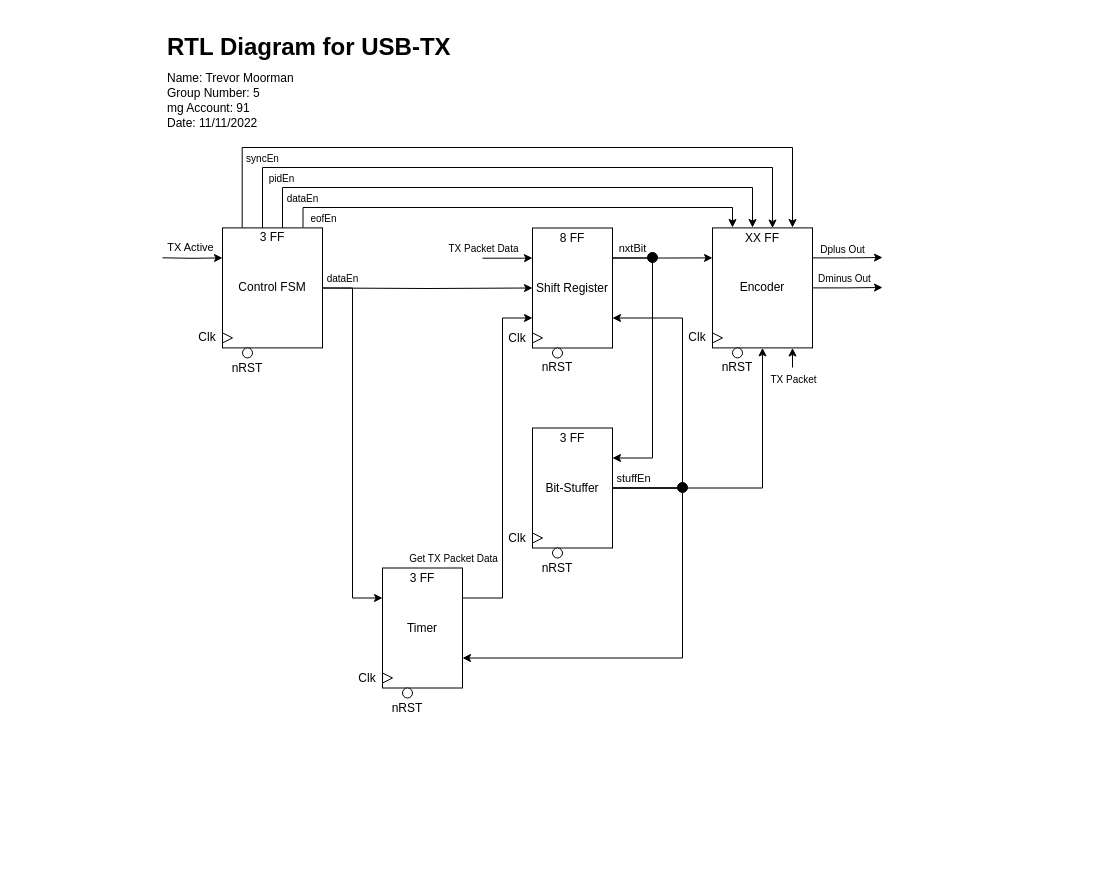
Before: page "Top Level RTL Diagram" (1 of 2) of diagrams/usb-tx.drawio in bryceberger/337-project, a draw.io diagram. Source tidied: cells renumbered, new cells numbered last; positions are measured from the earlier drawing's top-left corner, leaving out a move shared by most shapes. Both pictures are drawn from the tidied source at 100%, with x=0, y=0 at pixel (162, 27).
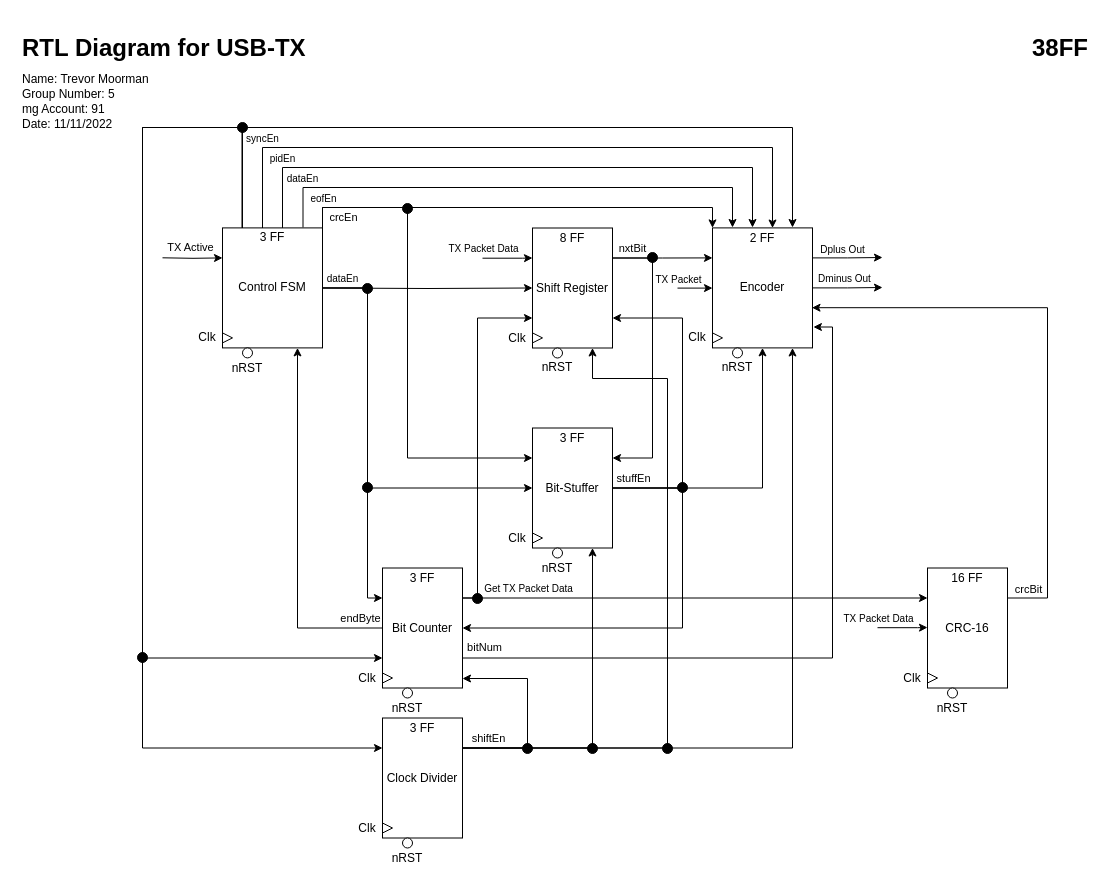
Above is the later version.

Commit message (it also covers changes not shown here):
Updated usb-tx to include an error state, clock divider, and CRC-16

Unchanged cells that the change refers to:
```xml
<mxCell id="6" value="Encoder" style="rounded=0;whiteSpace=wrap;html=1;" parent="1" vertex="1">
  <mxGeometry x="550" y="200.4" width="100" height="120" as="geometry" />
</mxCell>
<mxCell id="12" value="Control FSM" style="rounded=0;whiteSpace=wrap;html=1;" parent="1" vertex="1">
  <mxGeometry x="60" y="200.4" width="100" height="120" as="geometry" />
</mxCell>
<mxCell id="15" value="3 FF" style="text;html=1;strokeColor=none;fillColor=none;align=center;verticalAlign=middle;whiteSpace=wrap;rounded=0;" parent="1" vertex="1">
  <mxGeometry x="90" y="200.4" width="40" height="20" as="geometry" />
</mxCell>
<mxCell id="21" value="Shift Register" style="rounded=0;whiteSpace=wrap;html=1;" parent="1" vertex="1">
  <mxGeometry x="370" y="200.5" width="80" height="120" as="geometry" />
</mxCell>
<mxCell id="44" value="Bit-Stuffer" style="rounded=0;whiteSpace=wrap;html=1;" parent="1" vertex="1">
  <mxGeometry x="370" y="400.5" width="80" height="120" as="geometry" />
</mxCell>
```

What changed in the source:
```diff
@@
+    <mxCell id="65" style="edgeStyle=orthogonalEdgeStyle;rounded=0;jettySize=auto;html=1;exitX=0;exitY=0.5;exitDx=0;exitDy=0;entryX=0;entryY=0.5;entryDx=0;entryDy=0;" parent="1" edge="1" target="6">
+      <mxGeometry relative="1" as="geometry">
+        <mxPoint x="515" y="260.6" as="sourcePoint" />
+      </mxGeometry>
+    </mxCell>
@@
     <mxCell id="11" style="edgeStyle=orthogonalEdgeStyle;rounded=0;jettySize=auto;html=1;exitX=1;exitY=0.5;exitDx=0;exitDy=0;entryX=0;entryY=0.25;entryDx=0;entryDy=0;fontSize=10;" parent="1" edge="1" target="29">
       <mxGeometry relative="1" as="geometry">
         <mxPoint x="160" y="260.5" as="sourcePoint" />
         <Array as="points">
-          <mxPoint x="190" y="260.5" />
-          <mxPoint x="190" y="570.5" />
+          <mxPoint x="205" y="261" />
+          <mxPoint x="205" y="571" />
         </Array>
       </mxGeometry>
     </mxCell>
+    <mxCell id="66" style="edgeStyle=orthogonalEdgeStyle;rounded=0;jettySize=auto;html=1;exitX=1;exitY=0;exitDx=0;exitDy=0;entryX=0;entryY=0;entryDx=0;entryDy=0;" parent="1" edge="1" source="12" target="6">
+      <mxGeometry relative="1" as="geometry">
+        <Array as="points">
+          <mxPoint x="160" y="180" />
+          <mxPoint x="550" y="180" />
+        </Array>
+      </mxGeometry>
+    </mxCell>
+    <mxCell id="67" value="crcEn" style="edgeLabel;html=1;align=center;verticalAlign=middle;" parent="66" vertex="1">
+      <mxGeometry x="-0.81" y="1" relative="1" as="geometry">
+        <mxPoint y="10" as="offset" />
+      </mxGeometry>
+    </mxCell>
+    <mxCell id="68" style="edgeStyle=orthogonalEdgeStyle;rounded=0;jettySize=auto;html=1;exitX=1;exitY=0.5;exitDx=0;exitDy=0;entryX=0;entryY=0.5;entryDx=0;entryDy=0;" parent="1" edge="1" source="12" target="44">
+      <mxGeometry relative="1" as="geometry">
+        <Array as="points">
+          <mxPoint x="205" y="260" />
+          <mxPoint x="205" y="461" />
+          <mxPoint x="370" y="461" />
+        </Array>
+      </mxGeometry>
+    </mxCell>
+    <mxCell id="69" style="edgeStyle=orthogonalEdgeStyle;rounded=0;jettySize=auto;html=1;exitX=1;exitY=0;exitDx=0;exitDy=0;entryX=0;entryY=0.25;entryDx=0;entryDy=0;" parent="1" edge="1" source="12" target="44">
+      <mxGeometry relative="1" as="geometry">
+        <Array as="points">
+          <mxPoint x="160" y="180" />
+          <mxPoint x="245" y="180" />
+          <mxPoint x="245" y="430" />
+        </Array>
+      </mxGeometry>
+    </mxCell>
@@
     <mxCell id="27" style="edgeStyle=orthogonalEdgeStyle;rounded=0;jettySize=auto;html=1;exitX=1;exitY=0.25;exitDx=0;exitDy=0;fontSize=10;entryX=0;entryY=0.75;entryDx=0;entryDy=0;" parent="1" edge="1" source="29" target="21">
       <mxGeometry relative="1" as="geometry">
         <Array as="points">
-          <mxPoint x="340" y="570.5" />
-          <mxPoint x="340" y="290.5" />
+          <mxPoint x="315" y="570" />
+          <mxPoint x="315" y="290" />
         </Array>
       </mxGeometry>
     </mxCell>
     <mxCell id="28" value="Get TX Packet Data" style="edgeLabel;html=1;align=center;verticalAlign=middle;fontSize=10;" parent="27" vertex="1">
       <mxGeometry x="-0.92" y="2" relative="1" as="geometry">
-        <mxPoint x="-24" y="-38" as="offset" />
+        <mxPoint x="51" y="-8" as="offset" />
       </mxGeometry>
     </mxCell>
+    <mxCell id="70" style="edgeStyle=orthogonalEdgeStyle;rounded=0;jettySize=auto;html=1;exitX=1;exitY=0.75;exitDx=0;exitDy=0;entryX=1.009;entryY=0.826;entryDx=0;entryDy=0;entryPerimeter=0;" parent="1" edge="1" source="29" target="6">
+      <mxGeometry relative="1" as="geometry" />
+    </mxCell>
+    <mxCell id="71" value="bitNum" style="edgeLabel;html=1;align=center;verticalAlign=middle;" parent="70" vertex="1">
+      <mxGeometry x="-0.77" y="-2" relative="1" as="geometry">
+        <mxPoint x="-62" y="-13" as="offset" />
+      </mxGeometry>
+    </mxCell>
+    <mxCell id="72" style="edgeStyle=orthogonalEdgeStyle;rounded=0;jettySize=auto;html=1;exitX=1;exitY=0.25;exitDx=0;exitDy=0;entryX=0;entryY=0.25;entryDx=0;entryDy=0;" parent="1" edge="1" source="29" target="98">
+      <mxGeometry relative="1" as="geometry" />
+    </mxCell>
-    <mxCell id="29" value="Timer" style="rounded=0;whiteSpace=wrap;html=1;" parent="1" vertex="1">
+    <mxCell id="29" value="Bit Counter" style="rounded=0;whiteSpace=wrap;html=1;" parent="1" vertex="1">
       <mxGeometry x="220" y="540.5" width="80" height="120" as="geometry" />
     </mxCell>
@@
-    <mxCell id="37" value="XX FF" style="text;html=1;strokeColor=none;fillColor=none;align=center;verticalAlign=middle;whiteSpace=wrap;rounded=0;" parent="1" vertex="1">
+    <mxCell id="37" value="2 FF" style="text;html=1;strokeColor=none;fillColor=none;align=center;verticalAlign=middle;whiteSpace=wrap;rounded=0;" parent="1" vertex="1">
       <mxGeometry x="580" y="200.5" width="40" height="20" as="geometry" />
     </mxCell>
@@
-    <mxCell id="43" style="edgeStyle=orthogonalEdgeStyle;rounded=0;jettySize=auto;html=1;exitX=1;exitY=0.5;exitDx=0;exitDy=0;entryX=1;entryY=0.75;entryDx=0;entryDy=0;fontSize=10;" parent="1" edge="1" source="44" target="29">
+    <mxCell id="43" style="edgeStyle=orthogonalEdgeStyle;rounded=0;jettySize=auto;html=1;exitX=1;exitY=0.5;exitDx=0;exitDy=0;entryX=1;entryY=0.5;entryDx=0;entryDy=0;fontSize=10;" parent="1" edge="1" source="44" target="29">
       <mxGeometry relative="1" as="geometry">
         <Array as="points">
-          <mxPoint x="520" y="460.5" />
-          <mxPoint x="520" y="630.5" />
+          <mxPoint x="520" y="461" />
+          <mxPoint x="520" y="600" />
+          <mxPoint x="300" y="600" />
         </Array>
       </mxGeometry>
     </mxCell>
@@
     <mxCell id="50" value="&lt;p style=&quot;line-height: 0.8;&quot;&gt;&lt;/p&gt;&lt;h1&gt;RTL Diagram for USB-TX&lt;br&gt;&lt;/h1&gt;&lt;p style=&quot;line-height: 0;&quot;&gt;Name: Trevor Moorman&lt;/p&gt;&lt;p style=&quot;line-height: 0.5;&quot;&gt;Group Number: 5&lt;/p&gt;&lt;p style=&quot;line-height: 0;&quot;&gt;mg Account: 91&lt;/p&gt;&lt;p style=&quot;line-height: 0.5;&quot;&gt;Date: 11/11/2022&lt;br&gt;&lt;/p&gt;&lt;p&gt;&lt;/p&gt;" style="text;html=1;strokeColor=none;fillColor=none;spacing=5;spacingTop=-20;whiteSpace=wrap;overflow=hidden;rounded=0;" parent="1" vertex="1">
-      <mxGeometry width="300" height="100" as="geometry" />
+      <mxGeometry x="-145" y="1" width="300" height="100" as="geometry" />
     </mxCell>
@@
     <mxCell id="53" style="edgeStyle=orthogonalEdgeStyle;rounded=0;jettySize=auto;html=1;fontSize=10;exitX=0.197;exitY=-0.002;exitDx=0;exitDy=0;exitPerimeter=0;" parent="1" edge="1" source="12">
       <mxGeometry relative="1" as="geometry">
         <mxPoint x="630" y="200" as="targetPoint" />
         <Array as="points">
-          <mxPoint x="80" y="120" />
-          <mxPoint x="630" y="120" />
+          <mxPoint x="80" y="100" />
+          <mxPoint x="630" y="100" />
         </Array>
       </mxGeometry>
     </mxCell>
@@
     <mxCell id="55" style="edgeStyle=orthogonalEdgeStyle;rounded=0;jettySize=auto;html=1;fontSize=10;exitX=0.805;exitY=-0.004;exitDx=0;exitDy=0;exitPerimeter=0;" parent="1" edge="1" source="12">
       <mxGeometry relative="1" as="geometry">
         <mxPoint x="570" y="200" as="targetPoint" />
         <Array as="points">
-          <mxPoint x="141" y="180" />
-          <mxPoint x="570" y="180" />
+          <mxPoint x="141" y="160" />
+          <mxPoint x="570" y="160" />
         </Array>
       </mxGeometry>
     </mxCell>
@@
     <mxCell id="57" style="edgeStyle=orthogonalEdgeStyle;rounded=0;jettySize=auto;html=1;fontSize=10;exitX=0.75;exitY=0;exitDx=0;exitDy=0;" parent="1" edge="1" source="15">
       <mxGeometry relative="1" as="geometry">
         <mxPoint x="590" y="200" as="targetPoint" />
         <Array as="points">
-          <mxPoint x="120" y="160" />
-          <mxPoint x="590" y="160" />
+          <mxPoint x="120" y="140" />
+          <mxPoint x="590" y="140" />
         </Array>
       </mxGeometry>
     </mxCell>
@@
     <mxCell id="59" style="edgeStyle=orthogonalEdgeStyle;rounded=0;jettySize=auto;html=1;fontSize=10;exitX=0.25;exitY=0;exitDx=0;exitDy=0;entryX=0.75;entryY=0;entryDx=0;entryDy=0;" parent="1" edge="1" target="37">
       <mxGeometry relative="1" as="geometry">
         <mxPoint x="100" y="200.5" as="sourcePoint" />
         <Array as="points">
-          <mxPoint x="100" y="140" />
-          <mxPoint x="610" y="140" />
+          <mxPoint x="100" y="120" />
+          <mxPoint x="610" y="120" />
         </Array>
       </mxGeometry>
     </mxCell>
     <mxCell id="60" value="pidEn" style="edgeLabel;html=1;align=center;verticalAlign=middle;fontSize=10;" parent="59" vertex="1">
       <mxGeometry x="-0.42" y="-1" relative="1" as="geometry">
-        <mxPoint x="-104" y="9" as="offset" />
+        <mxPoint x="-95" y="9" as="offset" />
       </mxGeometry>
     </mxCell>
-    <mxCell id="61" style="edgeStyle=orthogonalEdgeStyle;rounded=0;orthogonalLoop=1;jettySize=auto;html=1;entryX=0.5;entryY=1;entryDx=0;entryDy=0;" parent="1" edge="1">
+    <mxCell id="61" style="edgeStyle=orthogonalEdgeStyle;rounded=0;jettySize=auto;html=1;entryX=0.5;entryY=1;entryDx=0;entryDy=0;exitX=1;exitY=0.25;exitDx=0;exitDy=0;" parent="1" edge="1" source="81">
       <mxGeometry relative="1" as="geometry">
-        <mxPoint x="630" y="340" as="sourcePoint" />
         <mxPoint x="630" y="320.5" as="targetPoint" />
         <Array as="points">
-          <mxPoint x="630" y="340" />
+          <mxPoint x="630" y="721" />
         </Array>
       </mxGeometry>
     </mxCell>
-    <mxCell id="62" value="TX Packet" style="edgeLabel;html=1;align=center;verticalAlign=middle;fontSize=10;" parent="61" vertex="1">
-      <mxGeometry x="-0.77" relative="1" as="geometry">
-        <mxPoint y="13" as="offset" />
-      </mxGeometry>
-    </mxCell>
@@
+    <mxCell id="73" style="edgeStyle=orthogonalEdgeStyle;rounded=0;jettySize=auto;html=1;exitX=0;exitY=0.5;exitDx=0;exitDy=0;entryX=0.75;entryY=1;entryDx=0;entryDy=0;" parent="1" edge="1" source="29" target="12">
+      <mxGeometry relative="1" as="geometry" />
+    </mxCell>
+    <mxCell id="74" value="endByte" style="edgeLabel;html=1;align=center;verticalAlign=middle;" parent="73" vertex="1">
+      <mxGeometry x="-0.87" y="-2" relative="1" as="geometry">
+        <mxPoint x="1" y="-8" as="offset" />
+      </mxGeometry>
+    </mxCell>
+    <mxCell id="75" style="edgeStyle=orthogonalEdgeStyle;rounded=0;jettySize=auto;html=1;fontSize=10;exitX=0.197;exitY=-0.002;exitDx=0;exitDy=0;exitPerimeter=0;entryX=0;entryY=0.75;entryDx=0;entryDy=0;" parent="1" edge="1" target="29">
+      <mxGeometry relative="1" as="geometry">
+        <mxPoint x="79.9" y="200.5" as="sourcePoint" />
+        <Array as="points">
+          <mxPoint x="80" y="100" />
+          <mxPoint x="-20" y="100" />
+          <mxPoint x="-20" y="631" />
+          <mxPoint x="220" y="631" />
+        </Array>
+      </mxGeometry>
+    </mxCell>
+    <mxCell id="76" style="ellipse;whiteSpace=wrap;html=1;fontSize=10;fillColor=#000000;" parent="1" vertex="1">
+      <mxGeometry x="75" y="95" width="10" height="10" as="geometry" />
+    </mxCell>
+    <mxCell id="77" value="&lt;p style=&quot;line-height: 0.8;&quot;&gt;&lt;/p&gt;&lt;h1&gt;38FF&lt;br&gt;&lt;/h1&gt;&lt;p&gt;&lt;/p&gt;" style="text;html=1;strokeColor=none;fillColor=none;spacing=5;spacingTop=-20;whiteSpace=wrap;overflow=hidden;rounded=0;" parent="1" vertex="1">
+      <mxGeometry x="865" y="1" width="70" height="30" as="geometry" />
+    </mxCell>
+    <mxCell id="78" style="edgeStyle=orthogonalEdgeStyle;rounded=0;jettySize=auto;html=1;exitX=1;exitY=0.25;exitDx=0;exitDy=0;" parent="1" edge="1" source="81">
+      <mxGeometry relative="1" as="geometry">
+        <mxPoint x="300" y="651" as="targetPoint" />
+        <Array as="points">
+          <mxPoint x="365" y="721" />
+          <mxPoint x="365" y="651" />
+        </Array>
+      </mxGeometry>
+    </mxCell>
+    <mxCell id="79" style="edgeStyle=orthogonalEdgeStyle;rounded=0;jettySize=auto;html=1;exitX=1;exitY=0.25;exitDx=0;exitDy=0;entryX=0.75;entryY=1;entryDx=0;entryDy=0;" parent="1" edge="1" source="81" target="44">
+      <mxGeometry relative="1" as="geometry" />
+    </mxCell>
+    <mxCell id="80" style="edgeStyle=orthogonalEdgeStyle;rounded=0;jettySize=auto;html=1;exitX=1;exitY=0.25;exitDx=0;exitDy=0;entryX=0.75;entryY=1;entryDx=0;entryDy=0;" parent="1" edge="1" source="81" target="21">
+      <mxGeometry relative="1" as="geometry">
+        <Array as="points">
+          <mxPoint x="505" y="721" />
+          <mxPoint x="505" y="351" />
+          <mxPoint x="430" y="351" />
+        </Array>
+      </mxGeometry>
+    </mxCell>
+    <mxCell id="81" value="Clock Divider" style="rounded=0;whiteSpace=wrap;html=1;" parent="1" vertex="1">
+      <mxGeometry x="220" y="690.5" width="80" height="120" as="geometry" />
+    </mxCell>
+    <mxCell id="82" style="triangle;whiteSpace=wrap;html=1;" parent="1" vertex="1">
+      <mxGeometry x="220" y="795.5" width="10" height="10" as="geometry" />
+    </mxCell>
+    <mxCell id="83" style="ellipse;whiteSpace=wrap;html=1;" parent="1" vertex="1">
+      <mxGeometry x="240" y="810.5" width="10" height="10" as="geometry" />
+    </mxCell>
+    <mxCell id="84" value="3 FF" style="text;html=1;strokeColor=none;fillColor=none;align=center;verticalAlign=middle;whiteSpace=wrap;rounded=0;" parent="1" vertex="1">
+      <mxGeometry x="240" y="690.5" width="40" height="20" as="geometry" />
+    </mxCell>
+    <mxCell id="85" value="Clk" style="text;html=1;strokeColor=none;fillColor=none;align=center;verticalAlign=middle;whiteSpace=wrap;rounded=0;" parent="1" vertex="1">
+      <mxGeometry x="190" y="790.5" width="30" height="20" as="geometry" />
+    </mxCell>
+    <mxCell id="86" value="nRST" style="text;html=1;strokeColor=none;fillColor=none;align=center;verticalAlign=middle;whiteSpace=wrap;rounded=0;" parent="1" vertex="1">
+      <mxGeometry x="225" y="820.5" width="40" height="20" as="geometry" />
+    </mxCell>
+    <mxCell id="87" style="edgeStyle=orthogonalEdgeStyle;rounded=0;jettySize=auto;html=1;fontSize=10;exitX=0.197;exitY=-0.002;exitDx=0;exitDy=0;exitPerimeter=0;entryX=0;entryY=0.25;entryDx=0;entryDy=0;" parent="1" edge="1" target="81">
+      <mxGeometry relative="1" as="geometry">
+        <mxPoint x="79.8" y="200.5" as="sourcePoint" />
+        <Array as="points">
+          <mxPoint x="80" y="100" />
+          <mxPoint x="-20" y="100" />
+          <mxPoint x="-20" y="721" />
+        </Array>
+      </mxGeometry>
+    </mxCell>
+    <mxCell id="88" style="ellipse;whiteSpace=wrap;html=1;fontSize=10;fillColor=#000000;" parent="1" vertex="1">
+      <mxGeometry x="-25" y="625" width="10" height="10" as="geometry" />
+    </mxCell>
+    <mxCell id="89" value="shiftEn" style="edgeLabel;html=1;align=center;verticalAlign=middle;" parent="1" vertex="1">
+      <mxGeometry x="325" y="710.5" as="geometry" />
+    </mxCell>
+    <mxCell id="90" style="ellipse;whiteSpace=wrap;html=1;fontSize=10;fillColor=#000000;" parent="1" vertex="1">
+      <mxGeometry x="425" y="716" width="10" height="10" as="geometry" />
+    </mxCell>
+    <mxCell id="91" style="ellipse;whiteSpace=wrap;html=1;fontSize=10;fillColor=#000000;" parent="1" vertex="1">
+      <mxGeometry x="360" y="716" width="10" height="10" as="geometry" />
+    </mxCell>
+    <mxCell id="62" value="TX Packet" style="edgeLabel;html=1;align=center;verticalAlign=middle;fontSize=10;" parent="1" vertex="1">
+      <mxGeometry x="515" y="251" as="geometry" />
+    </mxCell>
+    <mxCell id="92" style="ellipse;whiteSpace=wrap;html=1;fontSize=10;fillColor=#000000;" parent="1" vertex="1">
+      <mxGeometry x="500" y="716" width="10" height="10" as="geometry" />
+    </mxCell>
+    <mxCell id="93" style="ellipse;whiteSpace=wrap;html=1;fontSize=10;fillColor=#000000;" parent="1" vertex="1">
+      <mxGeometry x="200" y="256" width="10" height="10" as="geometry" />
+    </mxCell>
+    <mxCell id="94" style="ellipse;whiteSpace=wrap;html=1;fontSize=10;fillColor=#000000;" parent="1" vertex="1">
+      <mxGeometry x="200" y="455" width="10" height="10" as="geometry" />
+    </mxCell>
+    <mxCell id="95" style="ellipse;whiteSpace=wrap;html=1;fontSize=10;fillColor=#000000;" parent="1" vertex="1">
+      <mxGeometry x="240" y="176" width="10" height="10" as="geometry" />
+    </mxCell>
+    <mxCell id="96" style="edgeStyle=orthogonalEdgeStyle;rounded=0;jettySize=auto;html=1;exitX=1;exitY=0.25;exitDx=0;exitDy=0;entryX=0.995;entryY=0.665;entryDx=0;entryDy=0;entryPerimeter=0;" parent="1" edge="1" source="98" target="6">
+      <mxGeometry relative="1" as="geometry">
+        <Array as="points">
+          <mxPoint x="885" y="571" />
+          <mxPoint x="885" y="280" />
+        </Array>
+      </mxGeometry>
+    </mxCell>
+    <mxCell id="97" value="crcBit" style="edgeLabel;html=1;align=center;verticalAlign=middle;" parent="96" vertex="1">
+      <mxGeometry x="-0.94" y="2" relative="1" as="geometry">
+        <mxPoint x="3" y="-7" as="offset" />
+      </mxGeometry>
+    </mxCell>
+    <mxCell id="98" value="CRC-16" style="rounded=0;whiteSpace=wrap;html=1;" parent="1" vertex="1">
+      <mxGeometry x="765" y="540.5" width="80" height="120" as="geometry" />
+    </mxCell>
+    <mxCell id="99" style="triangle;whiteSpace=wrap;html=1;" parent="1" vertex="1">
+      <mxGeometry x="765" y="645.5" width="10" height="10" as="geometry" />
+    </mxCell>
+    <mxCell id="100" style="ellipse;whiteSpace=wrap;html=1;" parent="1" vertex="1">
+      <mxGeometry x="785" y="660.5" width="10" height="10" as="geometry" />
+    </mxCell>
+    <mxCell id="101" value="16 FF" style="text;html=1;strokeColor=none;fillColor=none;align=center;verticalAlign=middle;whiteSpace=wrap;rounded=0;" parent="1" vertex="1">
+      <mxGeometry x="785" y="540.5" width="40" height="20" as="geometry" />
+    </mxCell>
+    <mxCell id="102" value="Clk" style="text;html=1;strokeColor=none;fillColor=none;align=center;verticalAlign=middle;whiteSpace=wrap;rounded=0;" parent="1" vertex="1">
+      <mxGeometry x="735" y="640.5" width="30" height="20" as="geometry" />
+    </mxCell>
+    <mxCell id="103" value="nRST" style="text;html=1;strokeColor=none;fillColor=none;align=center;verticalAlign=middle;whiteSpace=wrap;rounded=0;" parent="1" vertex="1">
+      <mxGeometry x="770" y="670.5" width="40" height="20" as="geometry" />
+    </mxCell>
+    <mxCell id="104" style="ellipse;whiteSpace=wrap;html=1;fontSize=10;fillColor=#000000;" parent="1" vertex="1">
+      <mxGeometry x="310" y="566" width="10" height="10" as="geometry" />
+    </mxCell>
+    <mxCell id="105" style="edgeStyle=orthogonalEdgeStyle;rounded=0;orthogonalLoop=1;jettySize=auto;html=1;exitX=0;exitY=0;exitDx=0;exitDy=0;fontSize=10;entryX=0;entryY=0.25;entryDx=0;entryDy=0;" parent="1" edge="1">
+      <mxGeometry relative="1" as="geometry">
+        <mxPoint x="715" y="600.2" as="sourcePoint" />
+        <mxPoint x="765" y="600" as="targetPoint" />
+        <Array as="points">
+          <mxPoint x="755" y="600" />
+        </Array>
+      </mxGeometry>
+    </mxCell>
+    <mxCell id="106" value="TX Packet Data" style="edgeLabel;html=1;align=center;verticalAlign=middle;fontSize=10;" parent="105" vertex="1">
+      <mxGeometry relative="1" as="geometry">
+        <mxPoint x="-25" y="-10" as="offset" />
+      </mxGeometry>
+    </mxCell>
```
